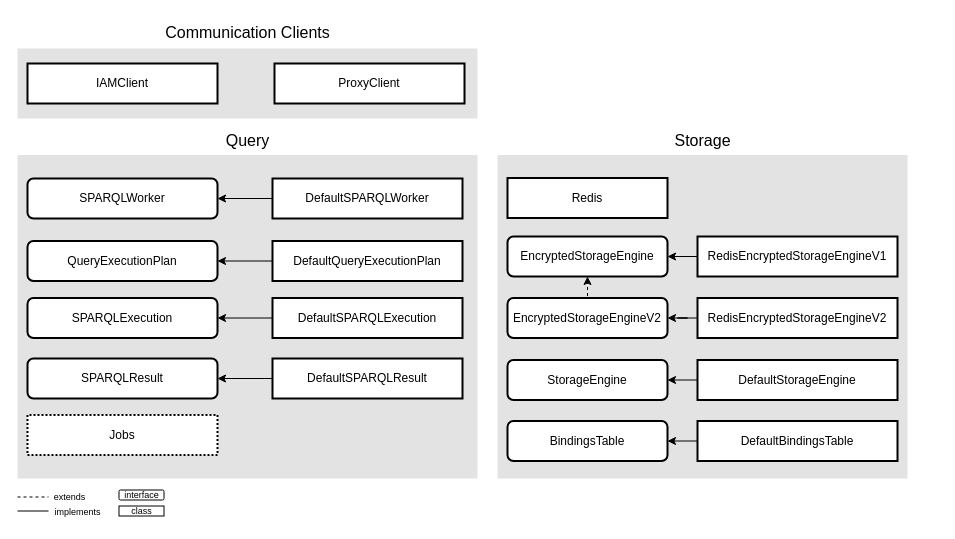
Before: page "Triplestore - Application" (5 of 11) of Dissertation/Figures/Diagrams/Chapter4.drawio in DCebola/SEnTriS, a draw.io diagram. Source tidied: cells renumbered, new cells numbered last; positions are measured from the earlier drawing's top-left corner, leaving out a move shared by most shapes. Both pictures are drawn from the tidied source at 100%, with x=0, y=0 at pixel (17, 17).
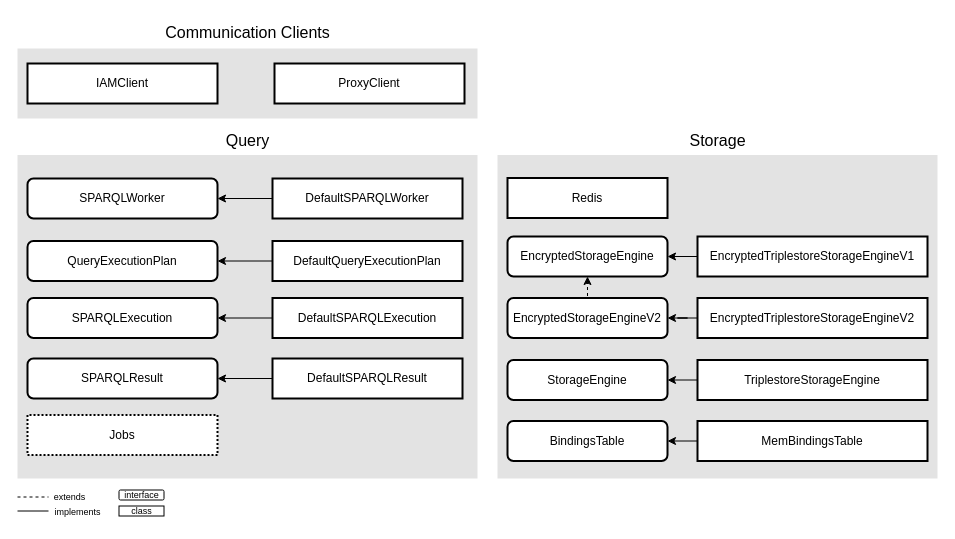
The same diagram, later.

Change to the diagram source:
```diff
@@
     <mxCell id="6" style="rounded=0;whiteSpace=wrap;html=1;fillColor=#E3E3E3;glass=0;shadow=0;strokeColor=none;" parent="1" vertex="1">
-      <mxGeometry x="480" y="137.5" width="410" height="323.5" as="geometry" />
+      <mxGeometry x="480" y="137.5" width="440" height="323.5" as="geometry" />
     </mxCell>
@@
-    <mxCell id="9" value="&lt;p style=&quot;line-height: 120%;&quot;&gt;RedisEncryptedStorageEngineV1&lt;/p&gt;" style="rounded=0;whiteSpace=wrap;html=1;strokeWidth=2;fillColor=default;fillStyle=solid;flipV=1;" parent="1" vertex="1">
-      <mxGeometry x="680" y="219" width="200" height="40" as="geometry" />
+    <mxCell id="9" value="&lt;p style=&quot;line-height: 120%;&quot;&gt;EncryptedTriplestoreStorageEngineV1&lt;/p&gt;" style="rounded=0;whiteSpace=wrap;html=1;strokeWidth=2;fillColor=default;fillStyle=solid;flipV=1;" parent="1" vertex="1">
+      <mxGeometry x="680" y="219" width="230" height="40" as="geometry" />
     </mxCell>
@@
-    <mxCell id="12" value="&lt;p style=&quot;line-height: 120%;&quot;&gt;DefaultBindingsTable&lt;/p&gt;" style="rounded=0;whiteSpace=wrap;html=1;strokeWidth=2;fillColor=default;fillStyle=solid;flipV=1;" parent="1" vertex="1">
-      <mxGeometry x="680" y="403.5" width="200" height="40" as="geometry" />
+    <mxCell id="12" value="&lt;p style=&quot;line-height: 120%;&quot;&gt;MemBindingsTable&lt;/p&gt;" style="rounded=0;whiteSpace=wrap;html=1;strokeWidth=2;fillColor=default;fillStyle=solid;flipV=1;" parent="1" vertex="1">
+      <mxGeometry x="680" y="403.5" width="230" height="40" as="geometry" />
     </mxCell>
@@
     <mxCell id="41" value="Storage" style="text;html=1;align=center;verticalAlign=middle;strokeColor=none;fillColor=none;dashed=1;fontSize=16;" parent="1" vertex="1">
-      <mxGeometry x="645" y="107.5" width="80" height="30" as="geometry" />
+      <mxGeometry x="660" y="107.5" width="80" height="30" as="geometry" />
     </mxCell>
@@
-    <mxCell id="46" value="&lt;p style=&quot;line-height: 120%;&quot;&gt;RedisEncryptedStorageEngineV2&lt;/p&gt;" style="rounded=0;whiteSpace=wrap;html=1;strokeWidth=2;fillColor=default;fillStyle=solid;flipV=1;" parent="1" vertex="1">
-      <mxGeometry x="680" y="280.5" width="200" height="40" as="geometry" />
+    <mxCell id="46" value="&lt;p style=&quot;line-height: 120%;&quot;&gt;EncryptedTriplestoreStorageEngineV2&lt;/p&gt;" style="rounded=0;whiteSpace=wrap;html=1;strokeWidth=2;fillColor=default;fillStyle=solid;flipV=1;" parent="1" vertex="1">
+      <mxGeometry x="680" y="280.5" width="230" height="40" as="geometry" />
     </mxCell>
@@
-    <mxCell id="49" value="&lt;p style=&quot;line-height: 120%;&quot;&gt;DefaultStorageEngine&lt;/p&gt;" style="rounded=0;whiteSpace=wrap;html=1;strokeWidth=2;fillColor=default;fillStyle=solid;flipV=1;" parent="1" vertex="1">
-      <mxGeometry x="680" y="342.5" width="200" height="40" as="geometry" />
+    <mxCell id="49" value="&lt;p style=&quot;line-height: 120%;&quot;&gt;TriplestoreStorageEngine&lt;/p&gt;" style="rounded=0;whiteSpace=wrap;html=1;strokeWidth=2;fillColor=default;fillStyle=solid;flipV=1;" parent="1" vertex="1">
+      <mxGeometry x="680" y="342.5" width="230" height="40" as="geometry" />
     </mxCell>
```
